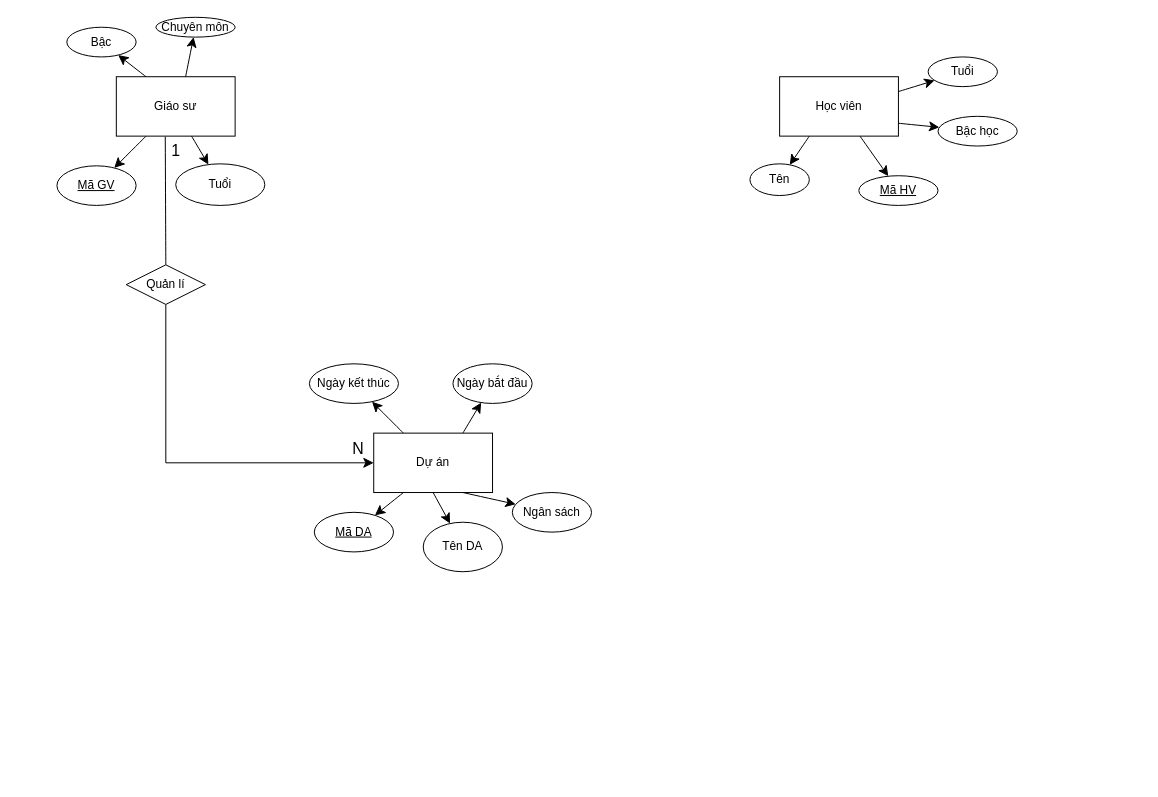
Before: Biểu đồ không có tiêu đề.drawio in nqminh11605/hine16.github.io, a draw.io diagram. Source tidied: cells renumbered, new cells numbered last; positions are measured from the earlier drawing's top-left corner, leaving out a move shared by most shapes. Both pictures are drawn from the tidied source at 99%, with x=0, y=0 at pixel (56, 17).
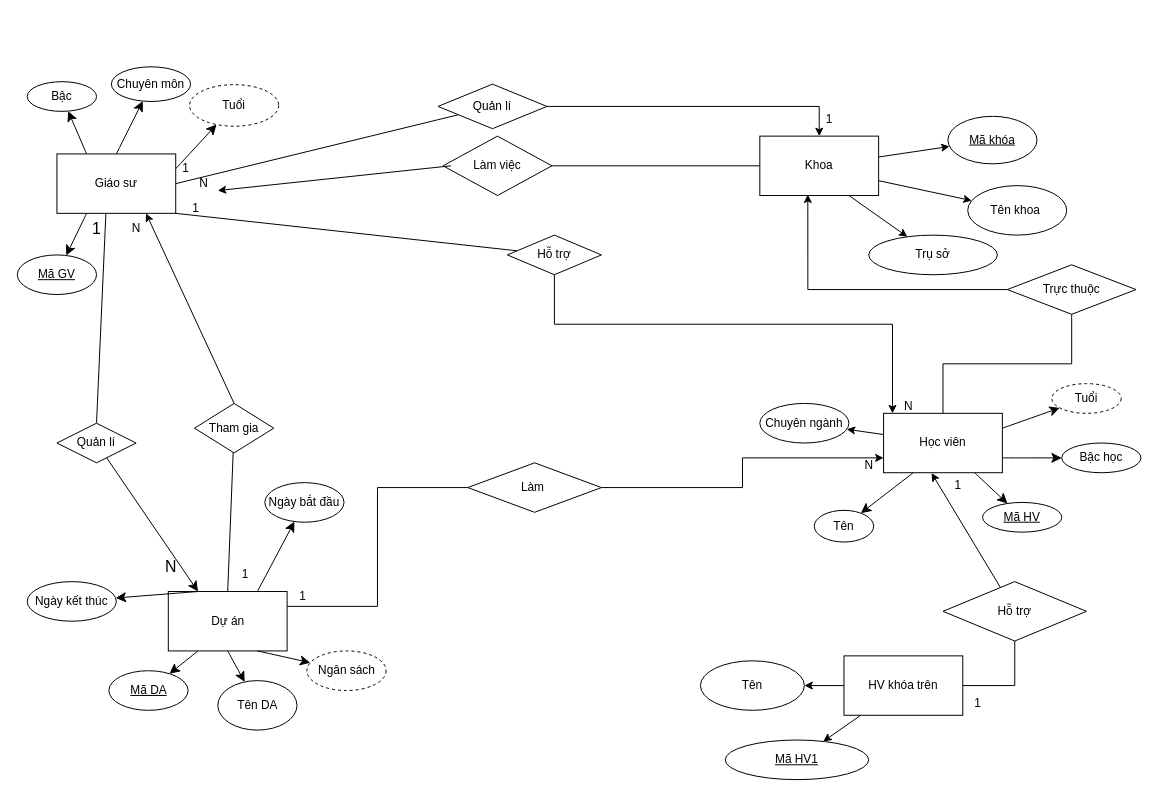
After the change.

Commit message:
Cập nhật Biểu đồ không có tiêu đề.drawio

Diff of the diagram source:
```diff
@@
     <mxCell id="2" value="Dự án" style="rounded=0;whiteSpace=wrap;html=1;" parent="1" vertex="1">
-      <mxGeometry x="320" y="420" width="120" height="60" as="geometry" />
+      <mxGeometry x="112.5" y="580" width="120" height="60" as="geometry" />
     </mxCell>
@@
     <mxCell id="4" value="&lt;u&gt;Mã DA&lt;/u&gt;" style="ellipse;whiteSpace=wrap;html=1;" parent="1" vertex="1">
-      <mxGeometry x="260" y="500" width="80" height="40" as="geometry" />
+      <mxGeometry x="52.5" y="660" width="80" height="40" as="geometry" />
     </mxCell>
@@
     <mxCell id="6" value="Tên DA" style="ellipse;whiteSpace=wrap;html=1;" parent="1" vertex="1">
-      <mxGeometry x="370" y="510" width="80" height="50" as="geometry" />
+      <mxGeometry x="162.5" y="670" width="80" height="50" as="geometry" />
     </mxCell>
@@
-    <mxCell id="8" value="Ngân sách" style="ellipse;whiteSpace=wrap;html=1;" parent="1" vertex="1">
-      <mxGeometry x="460" y="480" width="80" height="40" as="geometry" />
+    <mxCell id="8" value="Ngân sách" style="ellipse;whiteSpace=wrap;html=1;dashed=1;" parent="1" vertex="1">
+      <mxGeometry x="252.5" y="640" width="80" height="40" as="geometry" />
     </mxCell>
@@
     <mxCell id="10" value="Ngày bắt đầu" style="ellipse;whiteSpace=wrap;html=1;" parent="1" vertex="1">
-      <mxGeometry x="400" y="350" width="80" height="40" as="geometry" />
+      <mxGeometry x="210" y="470" width="80" height="40" as="geometry" />
     </mxCell>
@@
     <mxCell id="12" value="Ngày kết thúc" style="ellipse;whiteSpace=wrap;html=1;" parent="1" vertex="1">
-      <mxGeometry x="255" y="350" width="90" height="40" as="geometry" />
+      <mxGeometry x="-30" y="570" width="90" height="40" as="geometry" />
     </mxCell>
     <mxCell id="13" value="Giáo sư" style="rounded=0;whiteSpace=wrap;html=1;" parent="1" vertex="1">
-      <mxGeometry x="60" y="60" width="120" height="60" as="geometry" />
+      <mxGeometry y="138" width="120" height="60" as="geometry" />
     </mxCell>
@@
     <mxCell id="15" value="&lt;u&gt;Mã GV&lt;/u&gt;" style="ellipse;whiteSpace=wrap;html=1;" parent="1" vertex="1">
-      <mxGeometry y="150" width="80" height="40" as="geometry" />
+      <mxGeometry x="-40" y="240" width="80" height="40" as="geometry" />
     </mxCell>
-    <mxCell id="16" style="endArrow=classic;html=1;rounded=0;fontSize=12;startSize=8;endSize=8;curved=1;exitX=0.25;exitY=1;exitDx=0;exitDy=0;" parent="1" edge="1" target="17">
-      <mxGeometry relative="1" as="geometry">
-        <mxPoint x="136" y="120" as="sourcePoint" />
-      </mxGeometry>
+    <mxCell id="16" style="endArrow=classic;html=1;rounded=0;fontSize=12;startSize=8;endSize=8;curved=1;exitX=1;exitY=0.25;exitDx=0;exitDy=0;" parent="1" edge="1" source="13" target="17">
+      <mxGeometry relative="1" as="geometry" />
     </mxCell>
-    <mxCell id="17" value="Tuổi" style="ellipse;whiteSpace=wrap;html=1;" parent="1" vertex="1">
-      <mxGeometry x="120" y="148" width="90" height="42" as="geometry" />
+    <mxCell id="17" value="Tuổi" style="ellipse;whiteSpace=wrap;html=1;dashed=1;" parent="1" vertex="1">
+      <mxGeometry x="134" y="68" width="90" height="42" as="geometry" />
     </mxCell>
@@
     <mxCell id="19" value="Bậc" style="ellipse;whiteSpace=wrap;html=1;" parent="1" vertex="1">
-      <mxGeometry x="10" y="10" width="70" height="30" as="geometry" />
+      <mxGeometry x="-30" y="65" width="70" height="30" as="geometry" />
     </mxCell>
-    <mxCell id="20" style="endArrow=classic;html=1;rounded=0;fontSize=12;startSize=8;endSize=8;curved=1;exitX=0.25;exitY=1;exitDx=0;exitDy=0;" parent="1" edge="1" target="21">
-      <mxGeometry relative="1" as="geometry">
-        <mxPoint x="130" y="60" as="sourcePoint" />
-      </mxGeometry>
+    <mxCell id="20" style="endArrow=classic;html=1;rounded=0;fontSize=12;startSize=8;endSize=8;curved=1;exitX=0.5;exitY=0;exitDx=0;exitDy=0;" parent="1" edge="1" source="13" target="21">
+      <mxGeometry relative="1" as="geometry" />
     </mxCell>
     <mxCell id="21" value="Chuyên môn" style="ellipse;whiteSpace=wrap;html=1;" parent="1" vertex="1">
-      <mxGeometry x="100" width="80" height="20" as="geometry" />
+      <mxGeometry x="55" y="50" width="80" height="35" as="geometry" />
     </mxCell>
@@
+    <mxCell id="36" style="rounded=0;jettySize=auto;html=1;" parent="1" edge="1" source="23" target="57">
+      <mxGeometry relative="1" as="geometry" />
+    </mxCell>
     <mxCell id="23" value="Học viên" style="rounded=0;whiteSpace=wrap;html=1;" parent="1" vertex="1">
-      <mxGeometry x="730" y="60" width="120" height="60" as="geometry" />
+      <mxGeometry x="835" y="400" width="120" height="60" as="geometry" />
     </mxCell>
     <mxCell id="24" value="&lt;u&gt;Mã HV&lt;/u&gt;" style="ellipse;whiteSpace=wrap;html=1;rounded=0;" parent="1" vertex="1">
-      <mxGeometry x="810" y="160" width="80" height="30" as="geometry" />
+      <mxGeometry x="935" y="490" width="80" height="30" as="geometry" />
     </mxCell>
@@
     <mxCell id="27" value="Tên" style="ellipse;whiteSpace=wrap;html=1;" parent="1" vertex="1">
-      <mxGeometry x="700" y="148" width="60" height="32" as="geometry" />
+      <mxGeometry x="765" y="498" width="60" height="32" as="geometry" />
     </mxCell>
-    <mxCell id="28" value="Tuổi" style="ellipse;whiteSpace=wrap;html=1;" parent="1" vertex="1">
-      <mxGeometry x="880" y="40" width="70" height="30" as="geometry" />
+    <mxCell id="28" value="Tuổi" style="ellipse;whiteSpace=wrap;html=1;dashed=1;" parent="1" vertex="1">
+      <mxGeometry x="1005" y="370" width="70" height="30" as="geometry" />
     </mxCell>
-    <mxCell id="29" style="edgeStyle=none;curved=1;rounded=0;jettySize=auto;html=1;fontSize=12;startSize=8;endSize=8;" parent="1" edge="1" target="30">
-      <mxGeometry relative="1" as="geometry">
-        <mxPoint x="850" y="107" as="sourcePoint" />
-      </mxGeometry>
+    <mxCell id="29" style="edgeStyle=none;curved=1;rounded=0;jettySize=auto;html=1;fontSize=12;startSize=8;endSize=8;exitX=1;exitY=0.75;exitDx=0;exitDy=0;" parent="1" edge="1" source="23" target="30">
+      <mxGeometry relative="1" as="geometry" />
     </mxCell>
     <mxCell id="30" value="Bậc học" style="ellipse;whiteSpace=wrap;html=1;" parent="1" vertex="1">
-      <mxGeometry x="890" y="100" width="80" height="30" as="geometry" />
+      <mxGeometry x="1015" y="430" width="80" height="30" as="geometry" />
     </mxCell>
@@
-    <mxCell id="32" style="edgeStyle=orthogonalEdgeStyle;rounded=0;jettySize=auto;html=1;entryX=0;entryY=0.5;entryDx=0;entryDy=0;fontSize=12;startSize=8;endSize=8;" parent="1" edge="1" source="33" target="2">
-      <mxGeometry relative="1" as="geometry">
-        <Array as="points">
-          <mxPoint x="110" y="450" />
-        </Array>
-      </mxGeometry>
+    <mxCell id="32" style="rounded=0;jettySize=auto;html=1;entryX=0.25;entryY=0;entryDx=0;entryDy=0;fontSize=12;startSize=8;endSize=8;" parent="1" edge="1" source="33" target="2">
+      <mxGeometry relative="1" as="geometry" />
     </mxCell>
     <mxCell id="33" value="Quản lí" style="rhombus;whiteSpace=wrap;html=1;" parent="1" vertex="1">
-      <mxGeometry x="70" y="250" width="80" height="40" as="geometry" />
+      <mxGeometry y="410" width="80" height="40" as="geometry" />
     </mxCell>
     <mxCell id="34" value="1" style="text;html=1;align=center;verticalAlign=middle;strokeColor=none;fillColor=none;fontSize=16;" parent="1" vertex="1">
-      <mxGeometry x="105" y="120" width="30" height="30" as="geometry" />
+      <mxGeometry x="25" y="198" width="30" height="30" as="geometry" />
     </mxCell>
     <mxCell id="35" value="N" style="text;html=1;align=center;verticalAlign=middle;strokeColor=none;fillColor=none;fontSize=16;" parent="1" vertex="1">
-      <mxGeometry x="284" y="421" width="40" height="30" as="geometry" />
+      <mxGeometry x="95" y="540" width="40" height="30" as="geometry" />
     </mxCell>
+    <mxCell id="37" style="endArrow=none;html=1;rounded=0;exitX=0.5;exitY=0;exitDx=0;exitDy=0;" parent="1" edge="1" source="2" target="39">
+      <mxGeometry relative="1" as="geometry" />
+    </mxCell>
+    <mxCell id="38" style="rounded=0;jettySize=auto;html=1;exitX=0.5;exitY=0;exitDx=0;exitDy=0;entryX=0.75;entryY=1;entryDx=0;entryDy=0;" parent="1" edge="1" source="39" target="13">
+      <mxGeometry relative="1" as="geometry" />
+    </mxCell>
+    <mxCell id="39" value="Tham gia" style="rhombus;whiteSpace=wrap;html=1;" parent="1" vertex="1">
+      <mxGeometry x="139" y="390" width="80" height="50" as="geometry" />
+    </mxCell>
+    <mxCell id="40" style="rounded=0;jettySize=auto;html=1;" parent="1" edge="1" source="41" target="42">
+      <mxGeometry relative="1" as="geometry" />
+    </mxCell>
+    <mxCell id="41" value="Khoa" style="rounded=0;whiteSpace=wrap;html=1;" parent="1" vertex="1">
+      <mxGeometry x="710" y="120" width="120" height="60" as="geometry" />
+    </mxCell>
+    <mxCell id="42" value="&lt;u&gt;Mã khóa&lt;/u&gt;" style="ellipse;whiteSpace=wrap;html=1;rounded=0;" parent="1" vertex="1">
+      <mxGeometry x="900" y="100" width="90" height="48" as="geometry" />
+    </mxCell>
+    <mxCell id="43" style="endArrow=classic;html=1;rounded=0;exitX=1;exitY=0.75;exitDx=0;exitDy=0;" parent="1" edge="1" source="41" target="44">
+      <mxGeometry relative="1" as="geometry" />
+    </mxCell>
+    <mxCell id="44" value="Tên khoa&amp;nbsp;" style="ellipse;whiteSpace=wrap;html=1;" parent="1" vertex="1">
+      <mxGeometry x="920" y="170" width="100" height="50" as="geometry" />
+    </mxCell>
+    <mxCell id="45" style="endArrow=classic;html=1;rounded=0;exitX=0.75;exitY=1;exitDx=0;exitDy=0;" parent="1" edge="1" source="41" target="46">
+      <mxGeometry relative="1" as="geometry" />
+    </mxCell>
+    <mxCell id="46" value="Trụ sở" style="ellipse;whiteSpace=wrap;html=1;" parent="1" vertex="1">
+      <mxGeometry x="820" y="220" width="130" height="40" as="geometry" />
+    </mxCell>
+    <mxCell id="47" style="endArrow=none;html=1;rounded=0;entryX=0;entryY=0.5;entryDx=0;entryDy=0;exitX=1;exitY=0.5;exitDx=0;exitDy=0;" parent="1" edge="1" source="48" target="41">
+      <mxGeometry relative="1" as="geometry" />
+    </mxCell>
+    <mxCell id="48" value="Làm việc" style="rhombus;whiteSpace=wrap;html=1;" parent="1" vertex="1">
+      <mxGeometry x="390" y="120" width="110" height="60" as="geometry" />
+    </mxCell>
+    <mxCell id="49" style="endArrow=none;html=1;rounded=0;exitX=1;exitY=0.5;exitDx=0;exitDy=0;" parent="1" edge="1" source="13" target="51">
+      <mxGeometry relative="1" as="geometry" />
+    </mxCell>
+    <mxCell id="50" style="edgeStyle=orthogonalEdgeStyle;rounded=0;jettySize=auto;html=1;" parent="1" edge="1" source="51" target="41">
+      <mxGeometry relative="1" as="geometry" />
+    </mxCell>
+    <mxCell id="51" value="Quản lí" style="rhombus;whiteSpace=wrap;html=1;" parent="1" vertex="1">
+      <mxGeometry x="385" y="67.5" width="110" height="45" as="geometry" />
+    </mxCell>
+    <mxCell id="52" value="1" style="text;html=1;align=center;verticalAlign=middle;strokeColor=none;fillColor=none;" parent="1" vertex="1">
+      <mxGeometry x="115" y="138" width="30" height="30" as="geometry" />
+    </mxCell>
+    <mxCell id="53" value="1" style="text;html=1;align=center;verticalAlign=middle;strokeColor=none;fillColor=none;" parent="1" vertex="1">
+      <mxGeometry x="765" y="88" width="30" height="30" as="geometry" />
+    </mxCell>
+    <mxCell id="54" style="endArrow=none;html=1;rounded=0;exitX=0.5;exitY=0;exitDx=0;exitDy=0;edgeStyle=orthogonalEdgeStyle;" parent="1" edge="1" source="23" target="56">
+      <mxGeometry relative="1" as="geometry" />
+    </mxCell>
+    <mxCell id="55" style="rounded=0;jettySize=auto;html=1;entryX=0.404;entryY=0.983;entryDx=0;entryDy=0;entryPerimeter=0;edgeStyle=orthogonalEdgeStyle;" parent="1" edge="1" source="56" target="41">
+      <mxGeometry relative="1" as="geometry" />
+    </mxCell>
+    <mxCell id="56" value="Trực thuộc" style="rhombus;whiteSpace=wrap;html=1;" parent="1" vertex="1">
+      <mxGeometry x="960" y="250" width="130" height="50" as="geometry" />
+    </mxCell>
+    <mxCell id="57" value="Chuyên ngành" style="ellipse;whiteSpace=wrap;html=1;rounded=0;" parent="1" vertex="1">
+      <mxGeometry x="710" y="390" width="90" height="40" as="geometry" />
+    </mxCell>
+    <mxCell id="58" style="rounded=0;jettySize=auto;html=1;" parent="1" edge="1" source="60" target="64">
+      <mxGeometry relative="1" as="geometry" />
+    </mxCell>
+    <mxCell id="59" style="rounded=0;jettySize=auto;html=1;" parent="1" edge="1" source="60" target="65">
+      <mxGeometry relative="1" as="geometry" />
+    </mxCell>
+    <mxCell id="60" value="HV khóa trên" style="whiteSpace=wrap;html=1;" parent="1" vertex="1">
+      <mxGeometry x="795" y="645" width="120" height="60" as="geometry" />
+    </mxCell>
+    <mxCell id="61" style="endArrow=none;html=1;rounded=0;exitX=1;exitY=0.5;exitDx=0;exitDy=0;edgeStyle=orthogonalEdgeStyle;" parent="1" edge="1" source="60" target="62">
+      <mxGeometry relative="1" as="geometry" />
+    </mxCell>
+    <mxCell id="62" value="Hỗ trợ" style="rhombus;whiteSpace=wrap;html=1;" parent="1" vertex="1">
+      <mxGeometry x="895" y="570" width="145" height="60" as="geometry" />
+    </mxCell>
+    <mxCell id="63" style="rounded=0;jettySize=auto;html=1;entryX=0.404;entryY=1.005;entryDx=0;entryDy=0;entryPerimeter=0;" parent="1" edge="1" source="62" target="23">
+      <mxGeometry relative="1" as="geometry" />
+    </mxCell>
+    <mxCell id="64" value="Tên" style="ellipse;whiteSpace=wrap;html=1;" parent="1" vertex="1">
+      <mxGeometry x="650" y="650" width="105" height="50" as="geometry" />
+    </mxCell>
+    <mxCell id="65" value="&lt;u&gt;Mã HV1&lt;/u&gt;" style="ellipse;whiteSpace=wrap;html=1;" parent="1" vertex="1">
+      <mxGeometry x="675" y="730" width="145" height="40" as="geometry" />
+    </mxCell>
+    <mxCell id="66" style="edgeStyle=orthogonalEdgeStyle;rounded=0;jettySize=auto;html=1;entryX=0;entryY=0.75;entryDx=0;entryDy=0;" parent="1" edge="1" source="67" target="23">
+      <mxGeometry relative="1" as="geometry" />
+    </mxCell>
+    <mxCell id="67" value="Làm&amp;nbsp;" style="rhombus;whiteSpace=wrap;html=1;" parent="1" vertex="1">
+      <mxGeometry x="415" y="450" width="135" height="50" as="geometry" />
+    </mxCell>
+    <mxCell id="68" value="N" style="text;html=1;align=center;verticalAlign=middle;strokeColor=none;fillColor=none;" parent="1" vertex="1">
+      <mxGeometry x="805" y="438" width="30" height="30" as="geometry" />
+    </mxCell>
+    <mxCell id="69" style="endArrow=none;html=1;rounded=0;entryX=0;entryY=0.5;entryDx=0;entryDy=0;exitX=1;exitY=0.25;exitDx=0;exitDy=0;edgeStyle=orthogonalEdgeStyle;" parent="1" edge="1" source="2" target="67">
+      <mxGeometry relative="1" as="geometry" />
+    </mxCell>
+    <mxCell id="70" value="1" style="text;html=1;align=center;verticalAlign=middle;strokeColor=none;fillColor=none;" parent="1" vertex="1">
+      <mxGeometry x="232.5" y="570" width="30" height="30" as="geometry" />
+    </mxCell>
+    <mxCell id="71" style="endArrow=none;html=1;rounded=0;exitX=1;exitY=1;exitDx=0;exitDy=0;" parent="1" edge="1" source="13" target="72">
+      <mxGeometry relative="1" as="geometry" />
+    </mxCell>
+    <mxCell id="72" value="Hỗ trợ" style="rhombus;whiteSpace=wrap;html=1;" parent="1" vertex="1">
+      <mxGeometry x="455" y="220" width="95" height="40" as="geometry" />
+    </mxCell>
+    <mxCell id="73" style="edgeStyle=orthogonalEdgeStyle;rounded=0;jettySize=auto;html=1;" parent="1" edge="1" source="72">
+      <mxGeometry relative="1" as="geometry">
+        <mxPoint x="844" y="400" as="targetPoint" />
+        <Array as="points">
+          <mxPoint x="503" y="310" />
+          <mxPoint x="844" y="310" />
+        </Array>
+      </mxGeometry>
+    </mxCell>
+    <mxCell id="74" value="1" style="text;html=1;align=center;verticalAlign=middle;strokeColor=none;fillColor=none;" parent="1" vertex="1">
+      <mxGeometry x="915" y="678" width="30" height="30" as="geometry" />
+    </mxCell>
+    <mxCell id="75" value="1" style="text;html=1;align=center;verticalAlign=middle;strokeColor=none;fillColor=none;" parent="1" vertex="1">
+      <mxGeometry x="895" y="458" width="30" height="30" as="geometry" />
+    </mxCell>
+    <mxCell id="76" value="N" style="text;html=1;align=center;verticalAlign=middle;strokeColor=none;fillColor=none;" parent="1" vertex="1">
+      <mxGeometry x="65" y="198" width="30" height="30" as="geometry" />
+    </mxCell>
+    <mxCell id="77" value="N" style="text;html=1;align=center;verticalAlign=middle;strokeColor=none;fillColor=none;" parent="1" vertex="1">
+      <mxGeometry x="845" y="378" width="30" height="30" as="geometry" />
+    </mxCell>
+    <mxCell id="78" value="1" style="text;html=1;align=center;verticalAlign=middle;strokeColor=none;fillColor=none;" parent="1" vertex="1">
+      <mxGeometry x="175" y="548" width="30" height="30" as="geometry" />
+    </mxCell>
+    <mxCell id="79" style="rounded=0;jettySize=auto;html=1;entryX=1;entryY=0.75;entryDx=0;entryDy=0;exitX=0.073;exitY=0.5;exitDx=0;exitDy=0;exitPerimeter=0;" parent="1" edge="1" source="48" target="80">
+      <mxGeometry relative="1" as="geometry" />
+    </mxCell>
+    <mxCell id="80" value="N" style="text;html=1;align=center;verticalAlign=middle;points=[];strokeColor=none;fillColor=none;" parent="1" vertex="1">
+      <mxGeometry x="132.5" y="152.5" width="30" height="30" as="geometry" />
+    </mxCell>
+    <mxCell id="81" value="1" style="text;html=1;align=center;verticalAlign=middle;strokeColor=none;fillColor=none;" parent="1" vertex="1">
+      <mxGeometry x="125" y="178" width="30" height="30" as="geometry" />
+    </mxCell>
```
